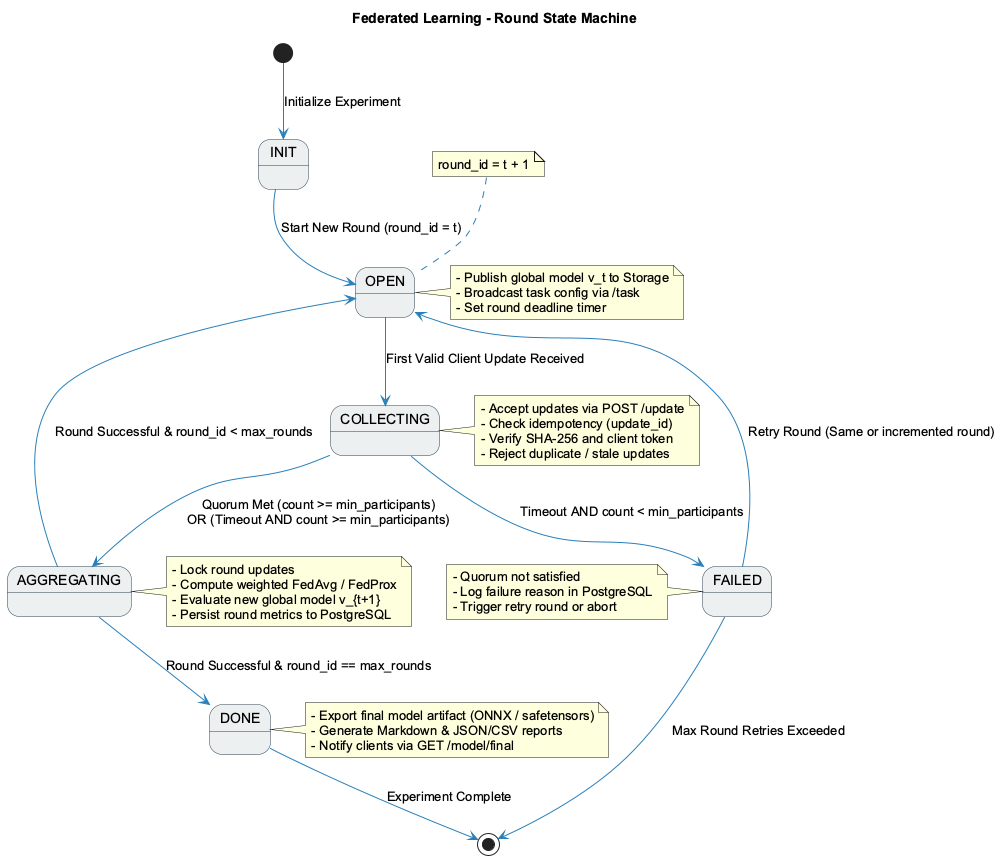
Earlier version of the PlantUML export diagrams/state-machine/Round_State_Machine.png (boratokerku/COMP491-Centralized-Federated-Learning-Framework).
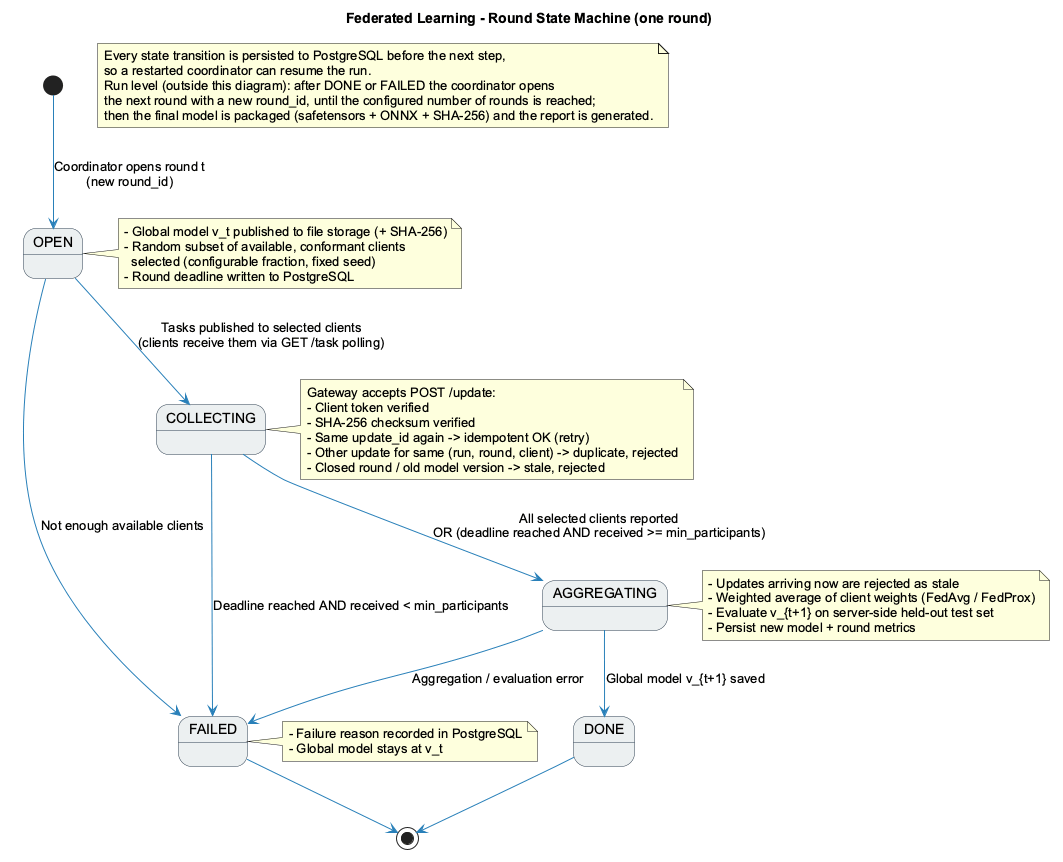
The same diagram one commit later.

Change to the diagram source:
```diff
@@ -7,53 +7,53 @@
 skinparam shadowing false
 skinparam defaultFontName Arial
 
-title Federated Learning - Round State Machine
+title Federated Learning - Round State Machine (one round)
 
-[*] --> INIT : Initialize Experiment
-
-INIT --> OPEN : Start New Round (round_id = t)
+[*] --> OPEN : Coordinator opens round t\n(new round_id)
 note right of OPEN
-  - Publish global model v_t to Storage
-  - Broadcast task config via /task
-  - Set round deadline timer
+  - Global model v_t published to file storage (+ SHA-256)
+  - Random subset of available, conformant clients
+    selected (configurable fraction, fixed seed)
+  - Round deadline written to PostgreSQL
 end note
 
-OPEN --> COLLECTING : First Valid Client Update Received
+OPEN --> COLLECTING : Tasks published to selected clients\n(clients receive them via GET /task polling)
 note right of COLLECTING
-  - Accept updates via POST /update
-  - Check idempotency (update_id)
-  - Verify SHA-256 and client token
-  - Reject duplicate / stale updates
+  Gateway accepts POST /update:
+  - Client token verified
+  - SHA-256 checksum verified
+  - Same update_id again -> idempotent OK (retry)
+  - Other update for same (run, round, client) -> duplicate, rejected
+  - Closed round / old model version -> stale, rejected
 end note
 
-COLLECTING --> AGGREGATING : Quorum Met (count >= min_participants)\nOR (Timeout AND count >= min_participants)
+COLLECTING --> AGGREGATING : All selected clients reported\nOR (deadline reached AND received >= min_participants)
 note right of AGGREGATING
-  - Lock round updates
-  - Compute weighted FedAvg / FedProx
-  - Evaluate new global model v_{t+1}
-  - Persist round metrics to PostgreSQL
+  - Updates arriving now are rejected as stale
+  - Weighted average of client weights (FedAvg / FedProx)
+  - Evaluate v_{t+1} on server-side held-out test set
+  - Persist new model + round metrics
 end note
 
-COLLECTING --> FAILED : Timeout AND count < min_participants
-note left of FAILED
-  - Quorum not satisfied
-  - Log failure reason in PostgreSQL
-  - Trigger retry round or abort
+COLLECTING --> FAILED : Deadline reached AND received < min_participants
+OPEN --> FAILED : Not enough available clients
+AGGREGATING --> FAILED : Aggregation / evaluation error
+note right of FAILED
+  - Failure reason recorded in PostgreSQL
+  - Global model stays at v_t
 end note
 
-FAILED --> OPEN : Retry Round (Same or incremented round)
-FAILED --> [*] : Max Round Retries Exceeded
+AGGREGATING --> DONE : Global model v_{t+1} saved
 
-AGGREGATING --> OPEN : Round Successful & round_id < max_rounds
-note top of OPEN : round_id = t + 1
+DONE --> [*]
+FAILED --> [*]
 
-AGGREGATING --> DONE : Round Successful & round_id == max_rounds
-note right of DONE
-  - Export final model artifact (ONNX / safetensors)
-  - Generate Markdown & JSON/CSV reports
-  - Notify clients via GET /model/final
+note as RunLevel
+  Every state transition is persisted to PostgreSQL before the next step,
+  so a restarted coordinator can resume the run.
+  Run level (outside this diagram): after DONE or FAILED the coordinator opens
+  the next round with a new round_id, until the configured number of rounds is reached;
+  then the final model is packaged (safetensors + ONNX + SHA-256) and the report is generated.
 end note
 
-DONE --> [*] : Experiment Complete
-
 @enduml
```
